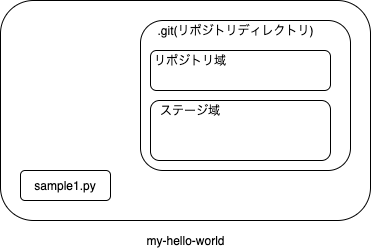
Earlier version of the draw.io export doc/source/lv1/images/repo-local-00.png (densuke-st/git-moku). Source tidied: cells renumbered, new cells last; positions are measured from the earlier drawing's top-left corner, leaving out a move shared by most shapes. Its diagram source:
```xml
<mxGraphModel>
  <root>
    <mxCell id="0" />
    <mxCell id="1" parent="0" />
    <mxCell id="2" style="rounded=1;whiteSpace=wrap;html=1;" parent="1" vertex="1">
      <mxGeometry width="370" height="220" as="geometry" />
    </mxCell>
    <mxCell id="3" value="my-hello-world" style="text;html=1;align=center;verticalAlign=middle;strokeColor=none;" parent="1" vertex="1">
      <mxGeometry x="140" y="230" width="90" height="20" as="geometry" />
    </mxCell>
    <mxCell id="4" style="rounded=1;whiteSpace=wrap;html=1;" parent="1" vertex="1">
      <mxGeometry x="140" y="20" width="210" height="150" as="geometry" />
    </mxCell>
    <mxCell id="5" style="rounded=1;whiteSpace=wrap;html=1;" parent="1" vertex="1">
      <mxGeometry x="150" y="50" width="180" height="40" as="geometry" />
    </mxCell>
    <mxCell id="6" style="rounded=1;whiteSpace=wrap;html=1;align=left;" parent="1" vertex="1">
      <mxGeometry x="150" y="100" width="180" height="60" as="geometry" />
    </mxCell>
    <mxCell id="7" value="sample1.py" style="rounded=1;whiteSpace=wrap;html=1;" parent="1" vertex="1">
      <mxGeometry x="20" y="170" width="90" height="30" as="geometry" />
    </mxCell>
    <mxCell id="8" value="ステージ域" style="text;html=1;strokeColor=none;fillColor=none;align=center;verticalAlign=middle;whiteSpace=wrap;rounded=0;" parent="1" vertex="1">
      <mxGeometry x="150" y="100" width="80" height="20" as="geometry" />
    </mxCell>
    <mxCell id="9" value="リポジトリ域" style="text;html=1;strokeColor=none;fillColor=none;align=center;verticalAlign=middle;whiteSpace=wrap;rounded=0;" parent="1" vertex="1">
      <mxGeometry x="150" y="50" width="80" height="20" as="geometry" />
    </mxCell>
    <mxCell id="10" value=".git(リポジトリディレクトリ)" style="text;html=1;align=center;verticalAlign=middle;strokeColor=none;" parent="1" vertex="1">
      <mxGeometry x="150" y="20" width="170" height="20" as="geometry" />
    </mxCell>
  </root>
</mxGraphModel>
```
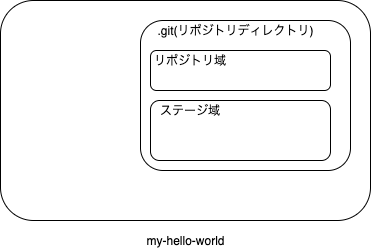
Above is the later version.

Commit message:
init直後にファイが残っていたので削除(図)

The edit, as a diff of the source:
```diff
@@ -17,9 +17,6 @@
     <mxCell id="6" style="rounded=1;whiteSpace=wrap;html=1;align=left;" parent="1" vertex="1">
       <mxGeometry x="150" y="100" width="180" height="60" as="geometry" />
     </mxCell>
-    <mxCell id="7" value="sample1.py" style="rounded=1;whiteSpace=wrap;html=1;" parent="1" vertex="1">
-      <mxGeometry x="20" y="170" width="90" height="30" as="geometry" />
-    </mxCell>
     <mxCell id="8" value="ステージ域" style="text;html=1;strokeColor=none;fillColor=none;align=center;verticalAlign=middle;whiteSpace=wrap;rounded=0;" parent="1" vertex="1">
       <mxGeometry x="150" y="100" width="80" height="20" as="geometry" />
     </mxCell>
```
